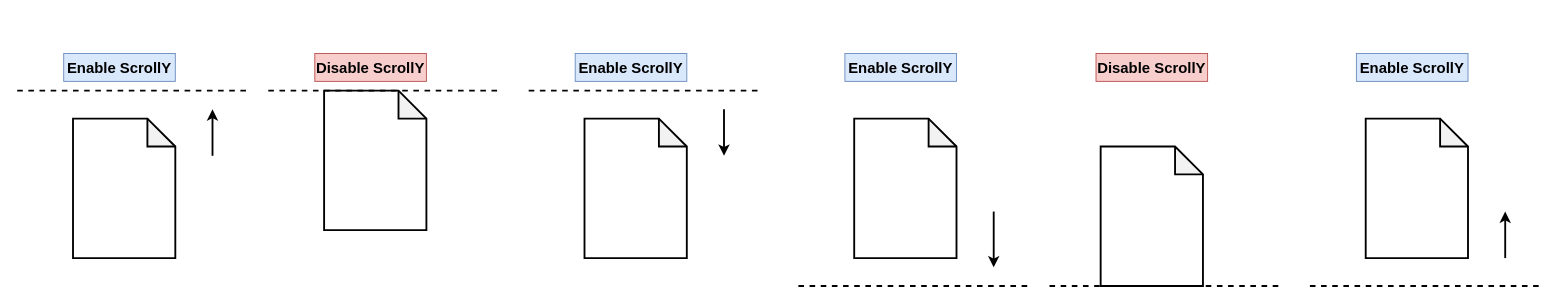
ShawnTu/git-tutorial keeps this draw.io diagram as 8.drawio. Above is the earlier version. Source tidied: cells renumbered, new cells numbered last; positions are measured from the earlier drawing's top-left corner, leaving out a move shared by most shapes. Both pictures are drawn from the tidied source at 93%, with x=0, y=0 at pixel (17, 53).
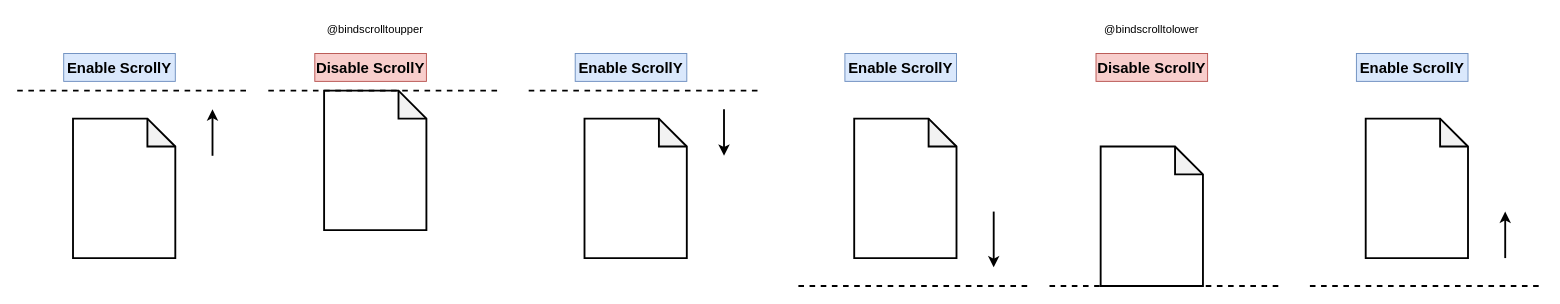
The same diagram, later.

What changed in the source:
```diff
@@
+    <mxCell id="24" value="@bindscrolltoupper" style="text;html=1;strokeColor=none;fillColor=none;align=center;verticalAlign=middle;whiteSpace=wrap;rounded=0;" parent="1" vertex="1">
+      <mxGeometry x="355" y="-40" width="60" height="30" as="geometry" />
+    </mxCell>
+    <mxCell id="25" value="@bindscrolltolower" style="text;html=1;strokeColor=none;fillColor=none;align=center;verticalAlign=middle;whiteSpace=wrap;rounded=0;" parent="1" vertex="1">
+      <mxGeometry x="1190" y="-40" width="60" height="30" as="geometry" />
+    </mxCell>
```
